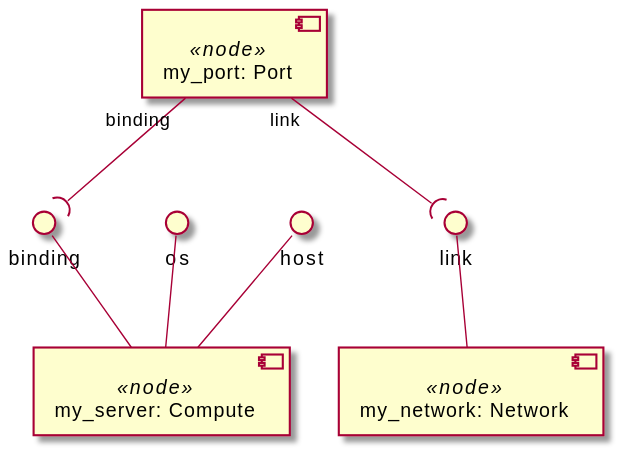
This is examples/ariatosca/diagrams/uml2/network-2-1.0-uml2-component-diagram1.svg from Orange-OpenSource/Cloudnet-TOSCA-toolbox, a PlantUML export, as it was before one commit.
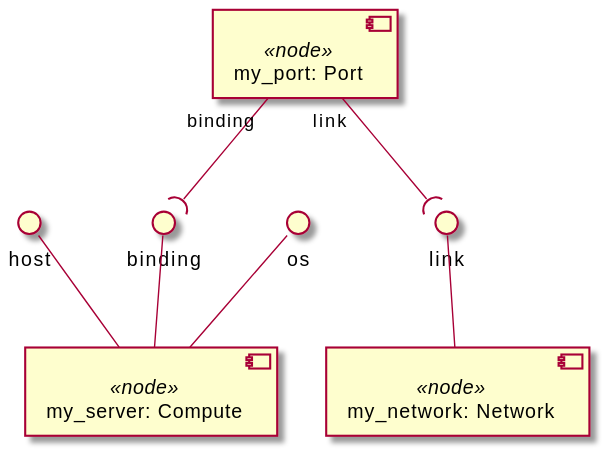
After the commit.

What changed in the source:
```diff
@@ -2,12 +2,12 @@
 skinparam componentStyle uml2
 
 component "my_server: Compute" <<node>> as node_my_server
+interface "host" as node_my_server_host
+node_my_server_host -- node_my_server
 interface "binding" as node_my_server_binding
 node_my_server_binding -- node_my_server
 interface "os" as node_my_server_os
 node_my_server_os -- node_my_server
-interface "host" as node_my_server_host
-node_my_server_host -- node_my_server
 
 component "my_network: Network" <<node>> as node_my_network
 interface "link" as node_my_network_link
```
